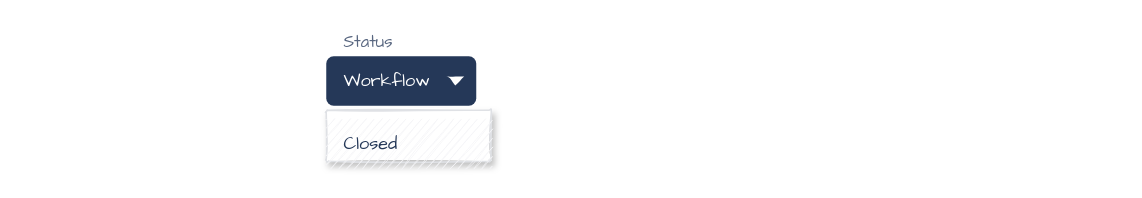
Above: permission.drawio in letrthang/design (draw.io), before the change. Source tidied: cells renumbered, new cells numbered last; positions are measured from the earlier drawing's top-left corner, leaving out a move shared by most shapes. Both pictures are drawn from the tidied source at 150%, with x=0, y=0 at pixel (326, 26).
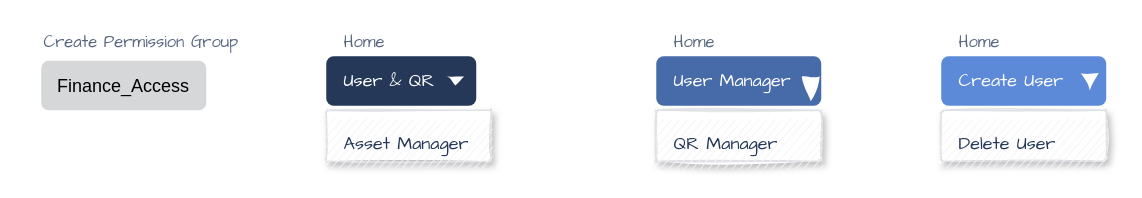
After the change.

The change refers to these unchanged cells:
```xml
<mxCell id="5" style="rounded=1;fillColor=#ffffff;strokeColor=#DFE1E5;shadow=1;html=1;arcSize=4;sketch=1;hachureGap=4;fontFamily=Architects Daughter;fontSize=20;" parent="1" vertex="1">
  <mxGeometry y="56" width="110" height="34" as="geometry" />
</mxCell>
```

Diff of the diagram source:
```diff
@@
-    <mxCell id="2" value="Status" style="rounded=1;fillColor=none;strokeColor=none;html=1;fontColor=#596780;align=left;fontSize=11;spacingLeft=10;fontSize=11;sketch=1;hachureGap=4;fontFamily=Architects Daughter;" parent="1" vertex="1">
+    <mxCell id="2" value="Home" style="rounded=1;fillColor=none;strokeColor=none;html=1;fontColor=#596780;align=left;fontSize=11;spacingLeft=10;fontSize=11;sketch=1;hachureGap=4;fontFamily=Architects Daughter;" parent="1" vertex="1">
       <mxGeometry width="100" height="20" as="geometry" />
     </mxCell>
-    <mxCell id="3" value="Workflow" style="rounded=1;fillColor=#253858;strokeColor=none;html=1;fontColor=#ffffff;align=left;fontSize=12;spacingLeft=10;sketch=0;hachureGap=4;fontFamily=Architects Daughter;" parent="1" vertex="1">
+    <mxCell id="3" value="User &amp;amp; QR" style="rounded=1;fillColor=#253858;strokeColor=none;html=1;fontColor=#ffffff;align=left;fontSize=12;spacingLeft=10;sketch=0;hachureGap=4;fontFamily=Architects Daughter;" parent="1" vertex="1">
       <mxGeometry y="20" width="100" height="33" as="geometry" />
     </mxCell>
@@
-    <mxCell id="6" value="Closed" style="rounded=0;fillColor=#F4F5F7;strokeColor=none;shadow=0;html=1;align=left;fontSize=12;spacingLeft=10;fontColor=#253858;sketch=1;hachureGap=4;fontFamily=Architects Daughter;" parent="5" vertex="1">
+    <mxCell id="6" value="Asset Manager" style="rounded=0;fillColor=#F4F5F7;strokeColor=none;shadow=0;html=1;align=left;fontSize=12;spacingLeft=10;fontColor=#253858;sketch=1;hachureGap=4;fontFamily=Architects Daughter;" parent="5" vertex="1">
       <mxGeometry width="110" height="33" relative="1" as="geometry">
         <mxPoint y="6" as="offset" />
       </mxGeometry>
     </mxCell>
+    <mxCell id="7" value="Home" style="rounded=1;fillColor=none;strokeColor=none;html=1;fontColor=#596780;align=left;fontSize=11;spacingLeft=10;fontSize=11;sketch=1;hachureGap=4;fontFamily=Architects Daughter;" parent="1" vertex="1">
+      <mxGeometry x="220" width="100" height="20" as="geometry" />
+    </mxCell>
+    <mxCell id="8" value="User Manager" style="rounded=1;fillColor=#476BA8;strokeColor=none;html=1;fontColor=#ffffff;align=left;fontSize=12;spacingLeft=10;sketch=0;hachureGap=4;fontFamily=Architects Daughter;" parent="1" vertex="1">
+      <mxGeometry x="220" y="20" width="110" height="33" as="geometry" />
+    </mxCell>
+    <mxCell id="9" style="rounded=1;fillColor=#ffffff;strokeColor=#DFE1E5;shadow=1;html=1;arcSize=4;sketch=1;hachureGap=4;fontFamily=Architects Daughter;fontSize=20;" parent="1" vertex="1">
+      <mxGeometry x="220" y="56" width="110" height="34" as="geometry" />
+    </mxCell>
+    <mxCell id="10" value="QR Manager" style="rounded=0;fillColor=#F4F5F7;strokeColor=none;shadow=0;html=1;align=left;fontSize=12;spacingLeft=10;fontColor=#253858;sketch=1;hachureGap=4;fontFamily=Architects Daughter;" parent="9" vertex="1">
+      <mxGeometry width="110" height="33" relative="1" as="geometry">
+        <mxPoint y="6" as="offset" />
+      </mxGeometry>
+    </mxCell>
+    <mxCell id="11" value="Home" style="rounded=1;fillColor=none;strokeColor=none;html=1;fontColor=#596780;align=left;fontSize=11;spacingLeft=10;fontSize=11;sketch=1;hachureGap=4;fontFamily=Architects Daughter;" parent="1" vertex="1">
+      <mxGeometry x="410" width="100" height="20" as="geometry" />
+    </mxCell>
+    <mxCell id="12" value="Create User" style="rounded=1;fillColor=#5C8AD9;strokeColor=none;html=1;fontColor=#ffffff;align=left;fontSize=12;spacingLeft=10;sketch=0;hachureGap=4;fontFamily=Architects Daughter;" parent="1" vertex="1">
+      <mxGeometry x="410" y="20" width="110" height="33" as="geometry" />
+    </mxCell>
+    <mxCell id="13" style="rounded=1;fillColor=#ffffff;strokeColor=#DFE1E5;shadow=1;html=1;arcSize=4;sketch=1;hachureGap=4;fontFamily=Architects Daughter;fontSize=20;" parent="1" vertex="1">
+      <mxGeometry x="410" y="56" width="110" height="34" as="geometry" />
+    </mxCell>
+    <mxCell id="14" value="Delete User" style="rounded=0;fillColor=#F4F5F7;strokeColor=none;shadow=0;html=1;align=left;fontSize=12;spacingLeft=10;fontColor=#253858;sketch=1;hachureGap=4;fontFamily=Architects Daughter;" parent="13" vertex="1">
+      <mxGeometry width="110" height="33" relative="1" as="geometry">
+        <mxPoint y="6" as="offset" />
+      </mxGeometry>
+    </mxCell>
+    <mxCell id="15" value="&lt;font color=&quot;#000000&quot;&gt;Finance_Access&lt;/font&gt;" style="rounded=1;fillColor=#D6D7D9;strokeColor=none;html=1;whiteSpace=wrap;fontColor=#596780;align=center;verticalAlign=middle;fontStyle=0;fontSize=12;sketch=0;" parent="1" vertex="1">
+      <mxGeometry x="-190" y="23" width="110" height="33" as="geometry" />
+    </mxCell>
+    <mxCell id="16" value="Create Permission Group" style="rounded=1;fillColor=none;strokeColor=none;html=1;fontColor=#596780;align=left;fontSize=11;spacingLeft=10;fontSize=11;sketch=1;hachureGap=4;fontFamily=Architects Daughter;" parent="1" vertex="1">
+      <mxGeometry x="-200" width="100" height="20" as="geometry" />
+    </mxCell>
+    <mxCell id="17" style="shape=triangle;direction=south;fillColor=#ffffff;strokeColor=none;html=1;sketch=1;hachureGap=4;fontFamily=Architects Daughter;fontSize=20;" parent="1" vertex="1">
+      <mxGeometry x="317" y="33.5" width="12" height="16.5" as="geometry" />
+    </mxCell>
+    <mxCell id="18" style="shape=triangle;direction=south;fillColor=#ffffff;strokeColor=none;html=1;sketch=1;hachureGap=4;fontFamily=Architects Daughter;fontSize=20;" parent="1" vertex="1">
+      <mxGeometry x="503" y="31.2" width="12" height="11.8" as="geometry" />
+    </mxCell>
```
